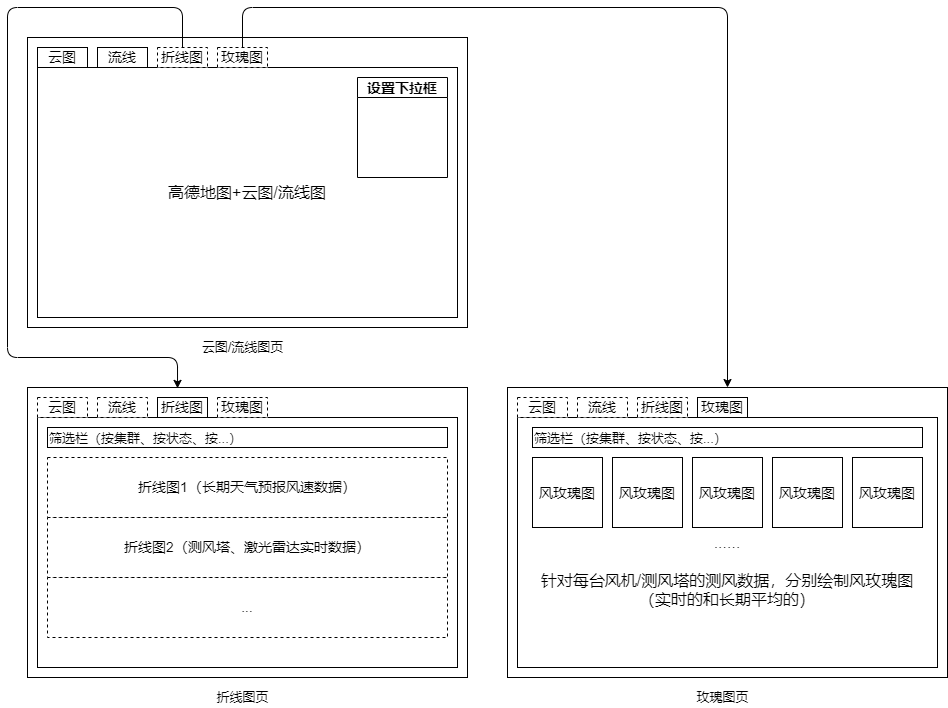
Earlier version of the draw.io export src/components/wind/layout.drawio.png (ZXF1001/WindPowerPlatform). Source tidied: cells renumbered, new cells last; positions are measured from the earlier drawing's top-left corner, leaving out a move shared by most shapes.
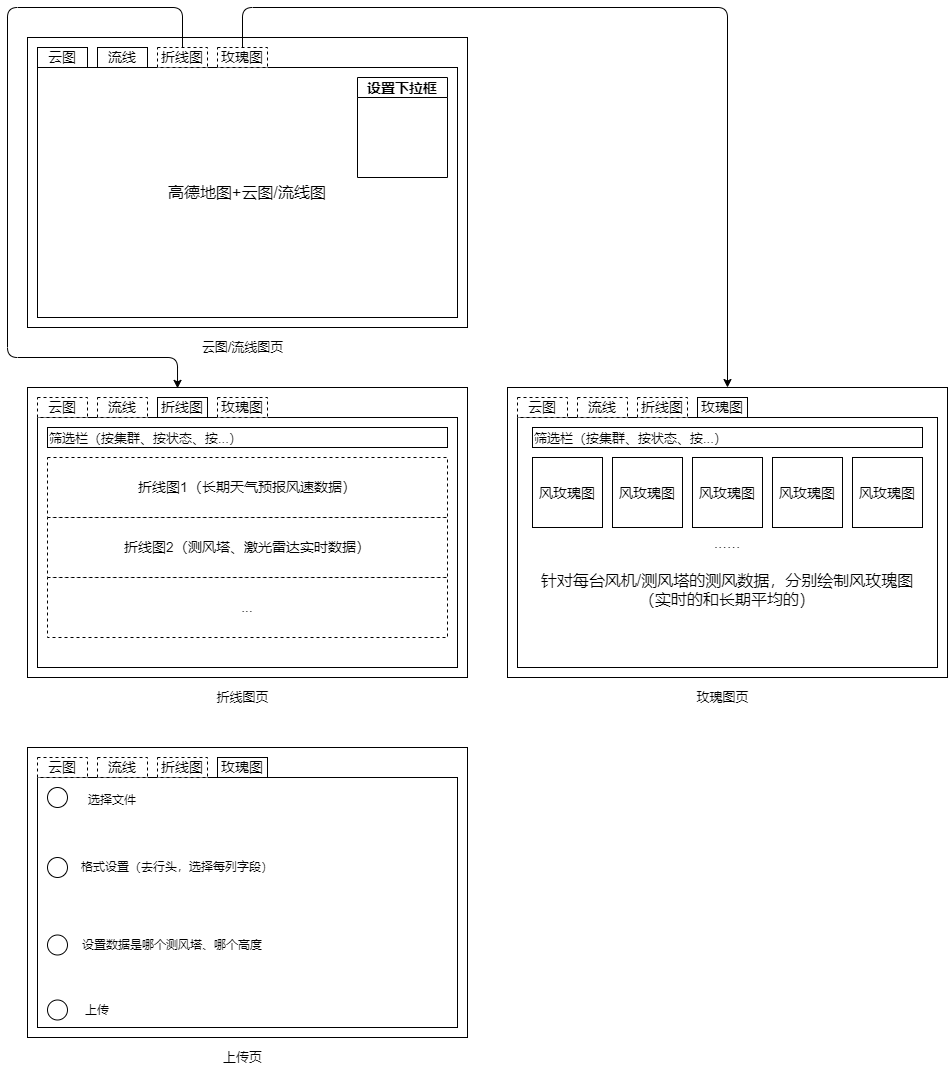
The same file after the commit.

Change to the diagram source:
```diff
@@ -1,4 +1,4 @@
-<mxGraphModel background="#ffffff" shadow="1">
+<mxGraphModel shadow="1">
   <root>
     <mxCell id="0" />
     <mxCell id="1" parent="0" />
@@ -116,5 +116,50 @@
     <mxCell id="35" value="玫瑰图页" style="text;html=1;align=center;verticalAlign=middle;strokeColor=none;fillColor=none;fontSize=13;" parent="1" vertex="1">
       <mxGeometry x="680" y="680" width="70" height="20" as="geometry" />
     </mxCell>
+    <mxCell id="36" style="rounded=0;whiteSpace=wrap;html=1;" parent="1" vertex="1">
+      <mxGeometry x="20" y="740" width="440" height="290" as="geometry" />
+    </mxCell>
+    <mxCell id="37" value="&lt;font style=&quot;font-size: 16px&quot;&gt;&lt;br&gt;&lt;/font&gt;" style="rounded=0;whiteSpace=wrap;html=1;" parent="1" vertex="1">
+      <mxGeometry x="30" y="770" width="420" height="250" as="geometry" />
+    </mxCell>
+    <mxCell id="38" value="云图" style="rounded=0;whiteSpace=wrap;html=1;fontSize=14;dashed=1;" parent="1" vertex="1">
+      <mxGeometry x="30" y="750" width="50" height="20" as="geometry" />
+    </mxCell>
+    <mxCell id="39" value="流线" style="rounded=0;whiteSpace=wrap;html=1;fontSize=14;dashed=1;" parent="1" vertex="1">
+      <mxGeometry x="90" y="750" width="50" height="20" as="geometry" />
+    </mxCell>
+    <mxCell id="40" value="折线图" style="rounded=0;whiteSpace=wrap;html=1;fontSize=14;dashed=1;" parent="1" vertex="1">
+      <mxGeometry x="150" y="750" width="50" height="20" as="geometry" />
+    </mxCell>
+    <mxCell id="41" value="玫瑰图" style="rounded=0;whiteSpace=wrap;html=1;fontSize=14;strokeColor=default;" parent="1" vertex="1">
+      <mxGeometry x="210" y="750" width="50" height="20" as="geometry" />
+    </mxCell>
+    <mxCell id="42" value="上传页" style="text;html=1;align=center;verticalAlign=middle;strokeColor=none;fillColor=none;fontSize=13;" parent="1" vertex="1">
+      <mxGeometry x="210" y="1040" width="50" height="20" as="geometry" />
+    </mxCell>
+    <mxCell id="43" style="ellipse;whiteSpace=wrap;html=1;" parent="1" vertex="1">
+      <mxGeometry x="40" y="780" width="20" height="20" as="geometry" />
+    </mxCell>
+    <mxCell id="44" style="ellipse;whiteSpace=wrap;html=1;" parent="1" vertex="1">
+      <mxGeometry x="40" y="850" width="20" height="20" as="geometry" />
+    </mxCell>
+    <mxCell id="45" style="ellipse;whiteSpace=wrap;html=1;" parent="1" vertex="1">
+      <mxGeometry x="40" y="927.5" width="20" height="20" as="geometry" />
+    </mxCell>
+    <mxCell id="46" value="选择文件" style="text;html=1;strokeColor=none;fillColor=none;align=center;verticalAlign=middle;whiteSpace=wrap;rounded=0;" parent="1" vertex="1">
+      <mxGeometry x="60" y="775" width="90" height="35" as="geometry" />
+    </mxCell>
+    <mxCell id="47" value="格式设置（去行头，选择每列字段）" style="text;html=1;strokeColor=none;fillColor=none;align=center;verticalAlign=middle;whiteSpace=wrap;rounded=0;" parent="1" vertex="1">
+      <mxGeometry x="60" y="842.5" width="220" height="35" as="geometry" />
+    </mxCell>
+    <mxCell id="48" value="设置数据是哪个测风塔、哪个高度" style="text;html=1;strokeColor=none;fillColor=none;align=center;verticalAlign=middle;whiteSpace=wrap;rounded=0;" parent="1" vertex="1">
+      <mxGeometry x="60" y="920" width="210" height="35" as="geometry" />
+    </mxCell>
+    <mxCell id="49" style="ellipse;whiteSpace=wrap;html=1;" parent="1" vertex="1">
+      <mxGeometry x="40" y="992.5" width="20" height="20" as="geometry" />
+    </mxCell>
+    <mxCell id="50" value="上传" style="text;html=1;strokeColor=none;fillColor=none;align=center;verticalAlign=middle;whiteSpace=wrap;rounded=0;" parent="1" vertex="1">
+      <mxGeometry x="60" y="985" width="60" height="35" as="geometry" />
+    </mxCell>
   </root>
 </mxGraphModel>
```
